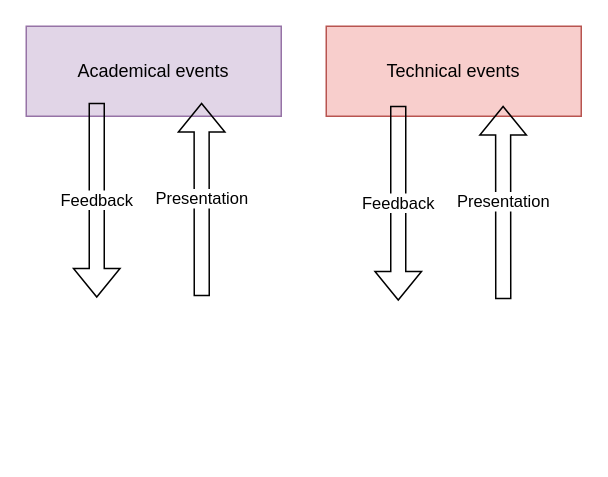
This is roadmap.drawio from Stack-Programing-Community/roadmap, a draw.io file, before an edit. Source tidied: cells renumbered, new cells numbered last; positions are measured from the earlier drawing's top-left corner, leaving out a move shared by most shapes. Both pictures are drawn from the tidied source at 150%, with x=0, y=0 at pixel (26, 26).
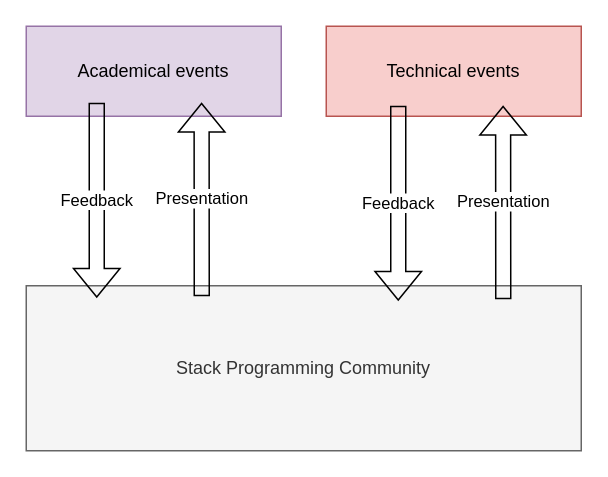
After the change.

Commit message (it also covers changes not shown here):
roadmap.drawio を更新します

Diff of the diagram source:
```diff
@@
 <mxGraphModel>
   <root>
     <mxCell id="0" />
     <mxCell id="1" parent="0" />
+    <mxCell id="8" value="Stack Programming Community" style="rounded=0;whiteSpace=wrap;html=1;fillColor=#f5f5f5;strokeColor=#666666;fontColor=#333333;" parent="1" vertex="1">
+      <mxGeometry y="173" width="370" height="110" as="geometry" />
+    </mxCell>
     <mxCell id="2" value="Academical events" style="rounded=0;whiteSpace=wrap;html=1;fillColor=#e1d5e7;strokeColor=#9673a6;" parent="1" vertex="1">
       <mxGeometry width="170" height="60" as="geometry" />
     </mxCell>
     <mxCell id="3" value="Technical events" style="rounded=0;whiteSpace=wrap;html=1;fillColor=#f8cecc;strokeColor=#b85450;" parent="1" vertex="1">
       <mxGeometry x="200" width="170" height="60" as="geometry" />
     </mxCell>
     <mxCell id="4" value="Presentation" style="shape=flexArrow;endArrow=classic;html=1;rounded=0;entryX=0.529;entryY=1;entryDx=0;entryDy=0;entryPerimeter=0;" parent="1" edge="1">
       <mxGeometry relative="1" as="geometry">
         <mxPoint x="117" y="180" as="sourcePoint" />
         <mxPoint x="116.9" y="51" as="targetPoint" />
       </mxGeometry>
     </mxCell>
     <mxCell id="5" value="Feedback" style="shape=flexArrow;endArrow=classic;html=1;rounded=0;" parent="1" edge="1">
       <mxGeometry relative="1" as="geometry">
         <mxPoint x="47" y="51" as="sourcePoint" />
         <mxPoint x="47" y="181" as="targetPoint" />
       </mxGeometry>
     </mxCell>
     <mxCell id="6" value="Presentation" style="shape=flexArrow;endArrow=classic;html=1;rounded=0;entryX=0.529;entryY=1;entryDx=0;entryDy=0;entryPerimeter=0;" parent="1" edge="1">
       <mxGeometry relative="1" as="geometry">
         <mxPoint x="318" y="182" as="sourcePoint" />
         <mxPoint x="317.9" y="53" as="targetPoint" />
       </mxGeometry>
     </mxCell>
     <mxCell id="7" value="Feedback" style="shape=flexArrow;endArrow=classic;html=1;rounded=0;" parent="1" edge="1">
       <mxGeometry relative="1" as="geometry">
         <mxPoint x="248" y="53" as="sourcePoint" />
         <mxPoint x="248" y="183" as="targetPoint" />
       </mxGeometry>
     </mxCell>
   </root>
 </mxGraphModel>
```
